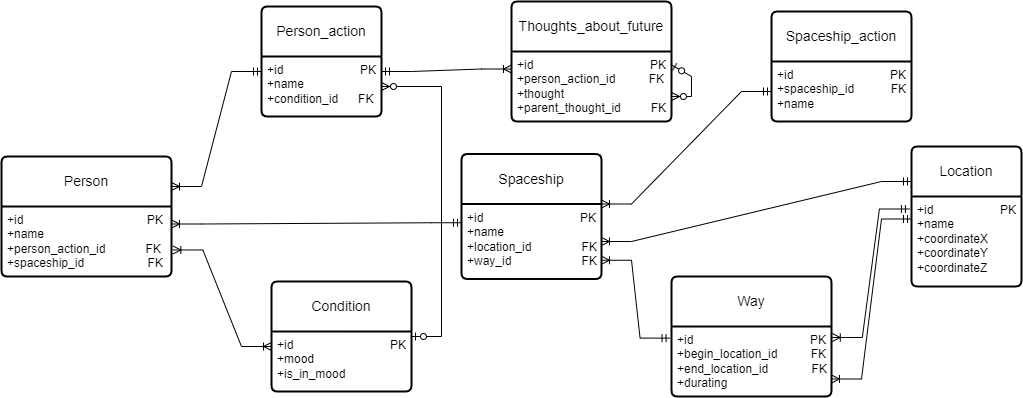
Before: DataBases/lab1/InfologicDiagram.drawio.png, a diagram exported from draw.io (EgorovaVarvara/ITMO). Source tidied: cells renumbered, new cells last; positions are measured from the earlier drawing's top-left corner, leaving out a move shared by most shapes.
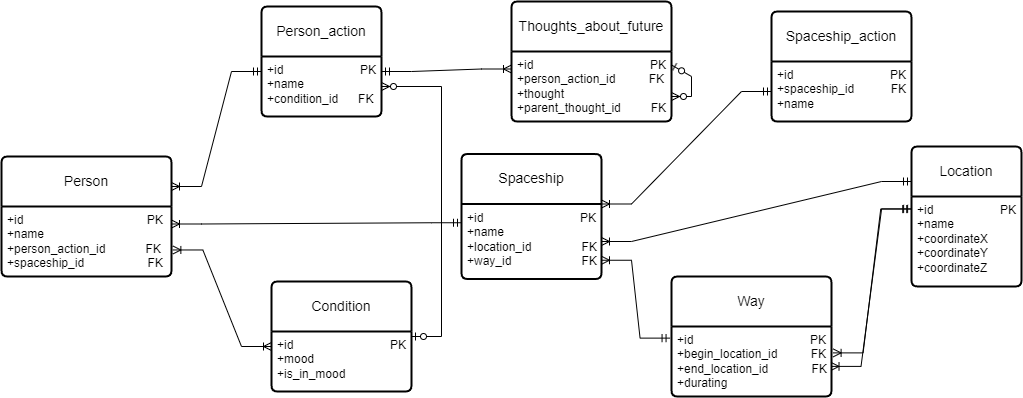
After the commit.

What changed in the source:
```diff
@@ -97,10 +97,10 @@
     <mxCell id="28" style="edgeStyle=entityRelationEdgeStyle;fontSize=12;html=1;endArrow=ERoneToMany;startArrow=ERmandOne;rounded=0;exitX=-0.009;exitY=0.166;exitDx=0;exitDy=0;exitPerimeter=0;entryX=1;entryY=0.75;entryDx=0;entryDy=0;" parent="1" edge="1" source="27" target="12">
       <mxGeometry relative="1" as="geometry" />
     </mxCell>
-    <mxCell id="29" style="edgeStyle=entityRelationEdgeStyle;fontSize=12;html=1;endArrow=ERoneToMany;startArrow=ERmandOne;rounded=0;entryX=1.005;entryY=0.157;entryDx=0;entryDy=0;entryPerimeter=0;exitX=-0.019;exitY=0.139;exitDx=0;exitDy=0;exitPerimeter=0;" parent="1" edge="1" source="10" target="27">
+    <mxCell id="29" style="edgeStyle=entityRelationEdgeStyle;fontSize=12;html=1;endArrow=ERoneToMany;startArrow=ERmandOne;rounded=0;entryX=1.01;entryY=0.377;entryDx=0;entryDy=0;entryPerimeter=0;exitX=-0.007;exitY=0.14;exitDx=0;exitDy=0;exitPerimeter=0;" parent="1" edge="1" source="10" target="27">
       <mxGeometry relative="1" as="geometry" />
     </mxCell>
-    <mxCell id="30" style="edgeStyle=entityRelationEdgeStyle;fontSize=12;html=1;endArrow=ERoneToMany;startArrow=ERmandOne;rounded=0;exitX=0;exitY=0.25;exitDx=0;exitDy=0;entryX=1;entryY=0.75;entryDx=0;entryDy=0;" parent="1" edge="1" source="10" target="27">
+    <mxCell id="30" style="edgeStyle=entityRelationEdgeStyle;fontSize=12;html=1;endArrow=ERoneToMany;startArrow=ERmandOne;rounded=0;exitX=0.001;exitY=0.137;exitDx=0;exitDy=0;entryX=0.997;entryY=0.57;entryDx=0;entryDy=0;entryPerimeter=0;exitPerimeter=0;" parent="1" edge="1" source="10" target="27">
       <mxGeometry relative="1" as="geometry" />
     </mxCell>
   </root>
```
